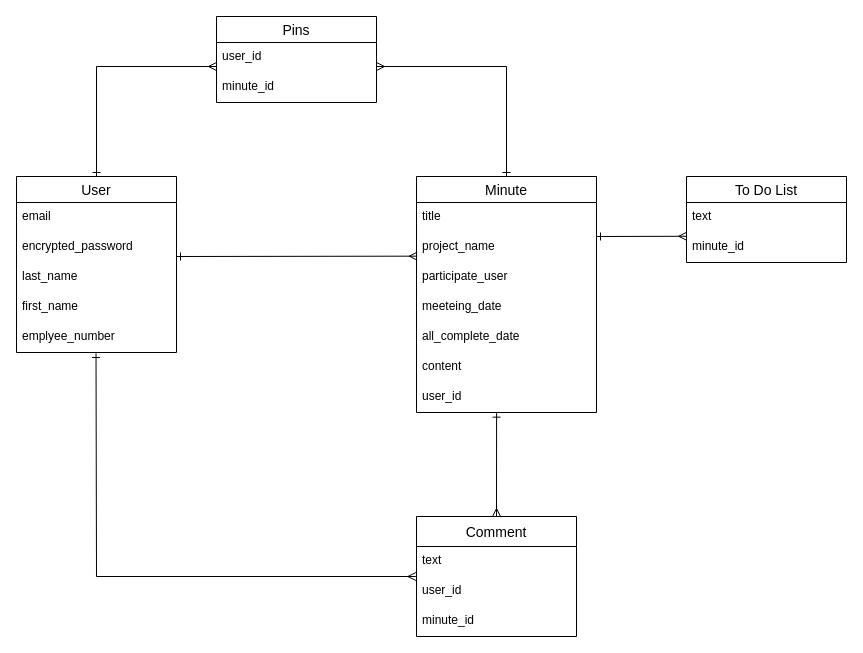
Yurika-1016/minutes-app-33991 keeps this draw.io diagram as test.dio. Above is the earlier version. Source tidied: cells renumbered, new cells numbered last; positions are measured from the earlier drawing's top-left corner, leaving out a move shared by most shapes. Both pictures are drawn from the tidied source at 100%, with x=0, y=0 at pixel (16, 16).
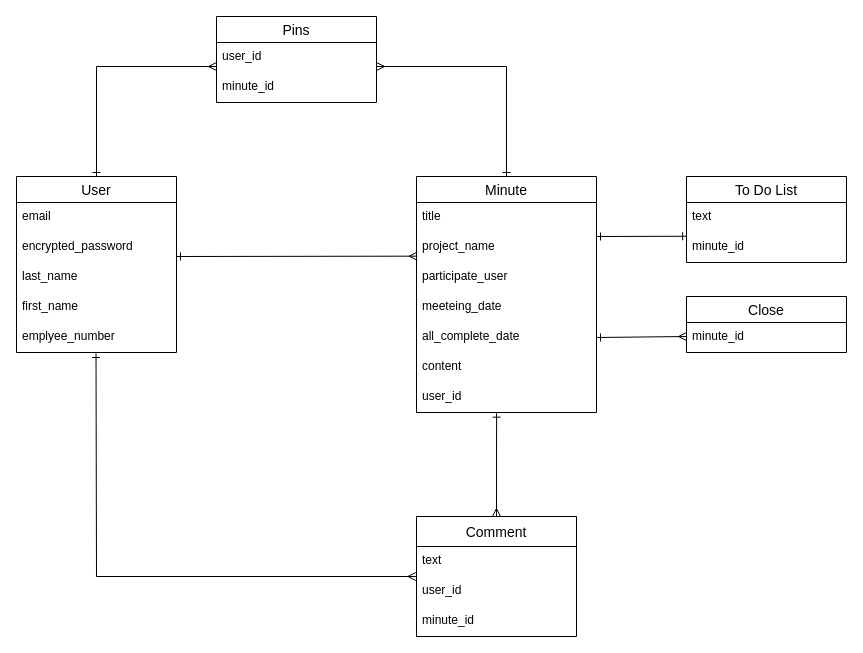
The same page after the edit.

Unchanged cells that the change refers to:
```xml
<mxCell id="13" value="all_complete_date" style="text;strokeColor=none;fillColor=none;spacingLeft=4;spacingRight=4;overflow=hidden;points=[[0,0.5],[1,0.5]];portConstraint=eastwest;fontSize=12;" parent="8" vertex="1">
  <mxGeometry y="146" width="180" height="30" as="geometry" />
</mxCell>
<mxCell id="23" value="To Do List" style="swimlane;fontStyle=0;horizontal=1;startSize=26;align=center;fontSize=14;" parent="1" vertex="1">
  <mxGeometry x="670" y="160" width="160" height="86" as="geometry" />
</mxCell>
<mxCell id="26" value="minute_id" style="text;strokeColor=none;fillColor=none;spacingLeft=4;spacingRight=4;overflow=hidden;points=[[0,0.5],[1,0.5]];portConstraint=eastwest;fontSize=12;" parent="23" vertex="1">
  <mxGeometry y="56" width="160" height="30" as="geometry" />
</mxCell>
```

Diff of the diagram source:
```diff
@@
-    <mxCell id="25" style="endArrow=ERmany;html=1;rounded=0;entryX=0.001;entryY=0.126;entryDx=0;entryDy=0;entryPerimeter=0;startArrow=ERone;startFill=0;endFill=0;" parent="23" edge="1" target="26">
+    <mxCell id="25" style="endArrow=ERone;html=1;rounded=0;entryX=0.001;entryY=0.126;entryDx=0;entryDy=0;entryPerimeter=0;startArrow=ERone;startFill=0;endFill=0;" parent="23" edge="1" target="26">
       <mxGeometry relative="1" as="geometry">
         <mxPoint x="-90" y="60" as="sourcePoint" />
       </mxGeometry>
     </mxCell>
@@
+    <mxCell id="32" value="Close" style="swimlane;fontStyle=0;horizontal=1;startSize=26;align=center;fontSize=14;" parent="1" vertex="1">
+      <mxGeometry x="670" y="280" width="160" height="56" as="geometry" />
+    </mxCell>
+    <mxCell id="33" value="minute_id" style="text;strokeColor=none;fillColor=none;spacingLeft=4;spacingRight=4;overflow=hidden;fontSize=12;" parent="32" vertex="1">
+      <mxGeometry y="26" width="160" height="30" as="geometry" />
+    </mxCell>
+    <mxCell id="34" style="endArrow=ERmany;html=1;rounded=0;startArrow=ERone;startFill=0;endFill=0;exitX=1;exitY=0.5;exitDx=0;exitDy=0;" parent="1" edge="1" source="13">
+      <mxGeometry relative="1" as="geometry">
+        <mxPoint x="670" y="320" as="targetPoint" />
+      </mxGeometry>
+    </mxCell>
```
